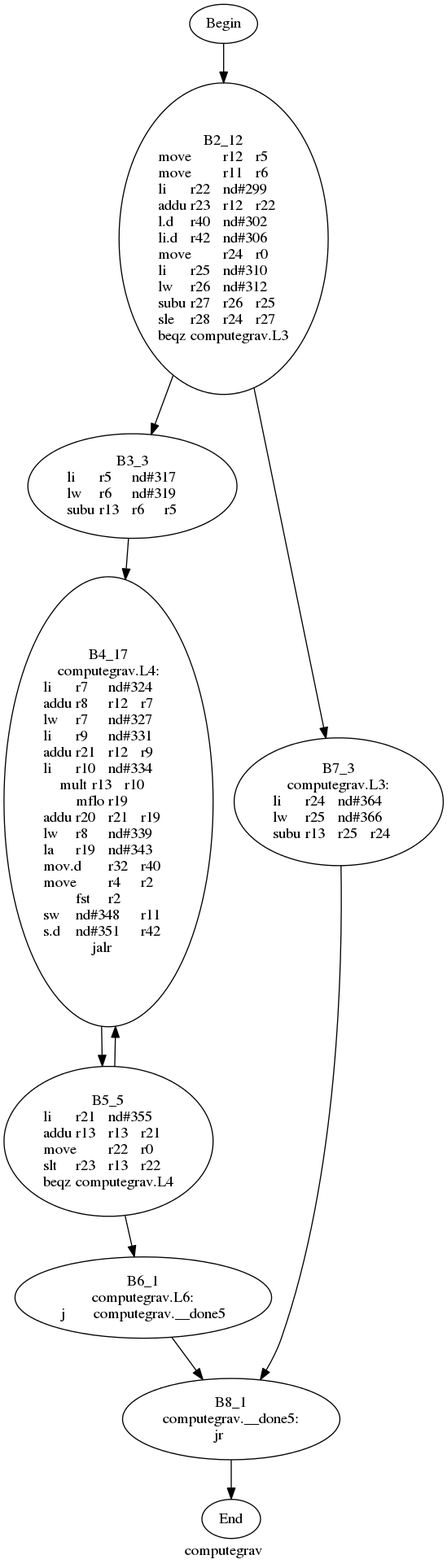
The Graphviz diagram testcase/dot_file/computegrav_after.dot.png in qixianbd/partition_wqm_new_one, before a commit. Its source is kept beside it as testcase/dot_file/computegrav_after.dot.
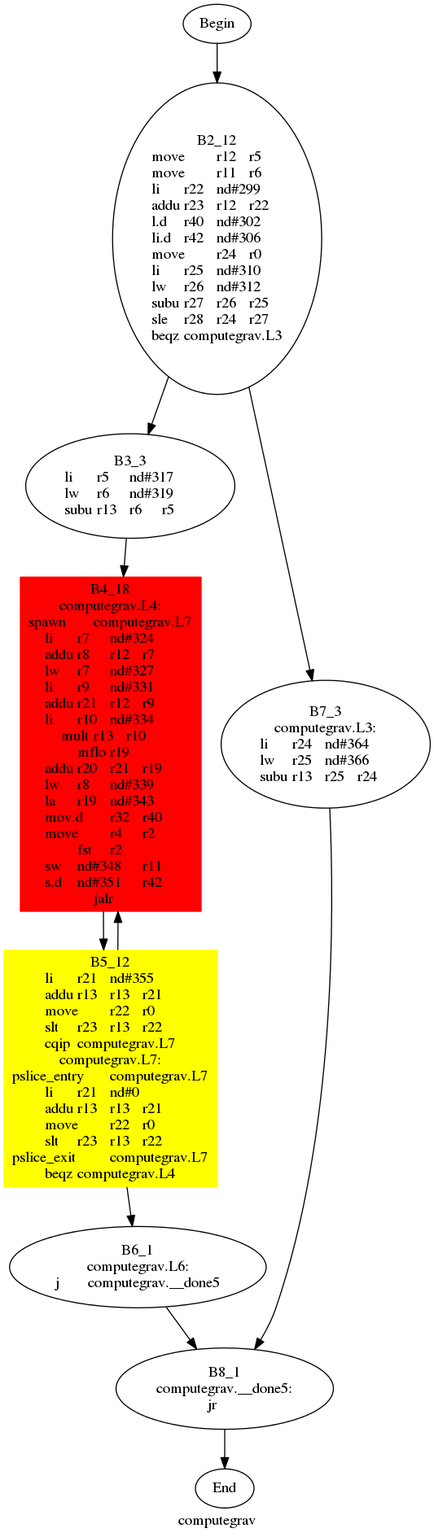
After the change.

What changed in the source:
```diff
@@ -9,9 +9,9 @@
 	Node2 -> {Node3 Node7 }
 	Node3 [label = "B3_3\nli	r5	nd#317	\nlw	r6	nd#319	\nsubu	r13	r6	r5	\n"];
 	Node3 -> {Node4 }
-	Node4 [label = "B4_17\ncomputegrav.L4:\nli	r7	nd#324	\naddu	r8	r12	r7	\nlw	r7	nd#327	\nli	r9	nd#331	\naddu	r21	r12	r9	\nli	r10	nd#334	\nmult	r13	r10	\nmflo	r19	\naddu	r20	r21	r19	\nlw	r8	nd#339	\nla	r19	nd#343	\nmov.d	r32	r40	\nmove	r4	r2	\nfst	r2	\nsw	nd#348	r11	\ns.d	nd#351	r42	\njalr	\n"];
+	Node4 [label = "B4_18\ncomputegrav.L4:\nspawn	computegrav.L7\nli	r7	nd#324	\naddu	r8	r12	r7	\nlw	r7	nd#327	\nli	r9	nd#331	\naddu	r21	r12	r9	\nli	r10	nd#334	\nmult	r13	r10	\nmflo	r19	\naddu	r20	r21	r19	\nlw	r8	nd#339	\nla	r19	nd#343	\nmov.d	r32	r40	\nmove	r4	r2	\nfst	r2	\nsw	nd#348	r11	\ns.d	nd#351	r42	\njalr	\n"];
 	Node4 -> {Node5 }
-	Node5 [label = "B5_5\nli	r21	nd#355	\naddu	r13	r13	r21	\nmove	r22	r0	\nslt	r23	r13	r22	\nbeqz	computegrav.L4\n"];
+	Node5 [label = "B5_12\nli	r21	nd#355	\naddu	r13	r13	r21	\nmove	r22	r0	\nslt	r23	r13	r22	\ncqip	computegrav.L7\ncomputegrav.L7:\npslice_entry	computegrav.L7\nli	r21	nd#0	\naddu	r13	r13	r21	\nmove	r22	r0	\nslt	r23	r13	r22	\npslice_exit	computegrav.L7\nbeqz	computegrav.L4\n"];
 	Node5 -> {Node6 Node4 }
 	Node6 [label = "B6_1\ncomputegrav.L6:\nj	computegrav.__done5\n"];
 	Node6 -> {Node8 }
@@ -19,4 +19,6 @@
 	Node7 -> {Node8 }
 	Node8 [label = "B8_1\ncomputegrav.__done5:\njr	\n"];
 	Node8 -> {Node1 }
+	Node4 [shape = box ,style=filled ,color=red];
+	Node5 [shape = polygon ,style=filled ,color=yellow];
 }
```
